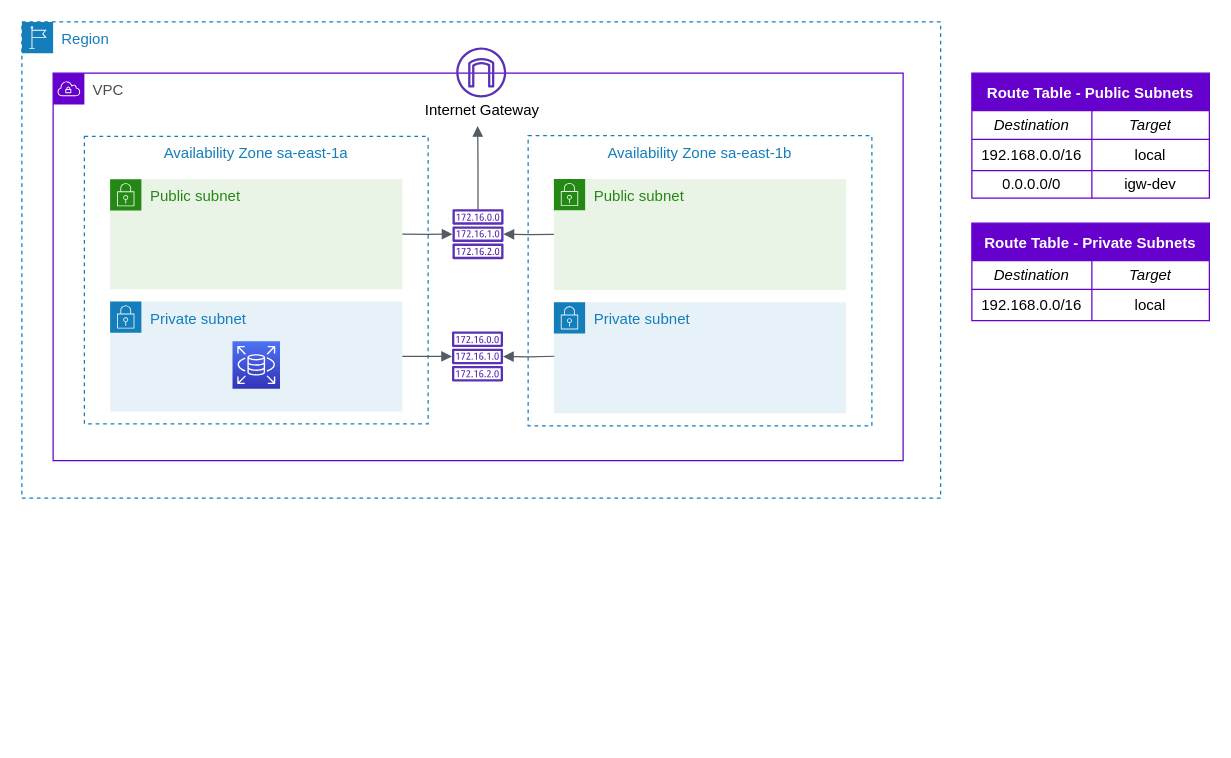
Before: c4/aws-dev-diagram.drawio in ThiagoPanini/nbaflow, a draw.io diagram. Source tidied: cells renumbered, new cells numbered last; positions are measured from the earlier drawing's top-left corner, leaving out a move shared by most shapes. Both pictures are drawn from the tidied source at 125%, with x=0, y=0 at pixel (21, 21). Pictures stored in the file or linked from it are replaced by grey dashed boxes.
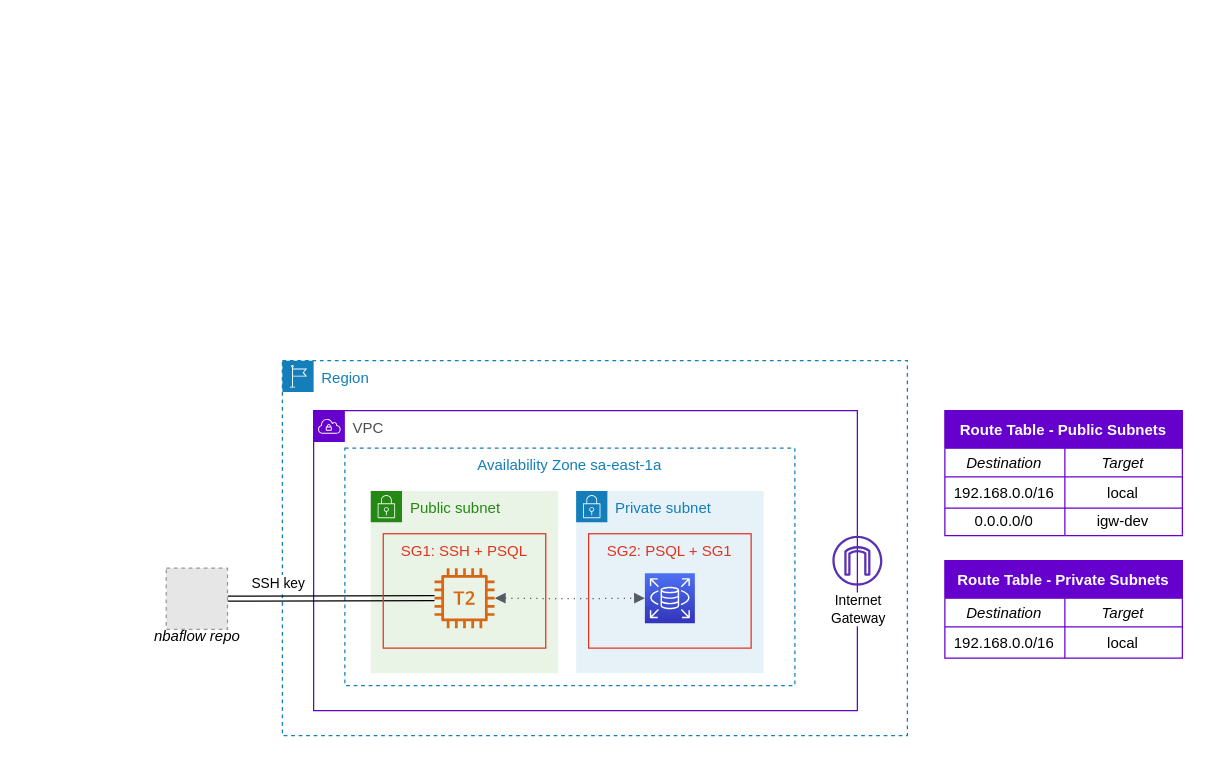
After the change.

Commit message (it also covers changes not shown here):
Desenho de diagrama da primeira versão da solução na AWS

Change to the diagram source:
```diff
@@
-    <mxCell id="2" value="Region" style="gradientColor=none;html=1;whiteSpace=wrap;fontSize=12;fontStyle=0;shape=mxgraph.aws4.group;grIcon=mxgraph.aws4.group_region;strokeColor=#147EBA;fillColor=none;verticalAlign=top;align=left;spacingLeft=30;fontColor=#147EBA;dashed=1;" parent="1" vertex="1">
-      <mxGeometry width="735" height="381" as="geometry" />
-    </mxCell>
-    <mxCell id="3" value="VPC" style="gradientColor=none;html=1;whiteSpace=wrap;fontSize=12;fontStyle=0;shape=mxgraph.aws4.group;grIcon=mxgraph.aws4.group_vpc;fillColor=none;verticalAlign=top;align=left;spacingLeft=30;dashed=0;strokeColor=#6600CC;fontColor=#4D4D4D;" parent="1" vertex="1">
-      <mxGeometry x="25" y="41" width="680" height="310" as="geometry" />
-    </mxCell>
-    <mxCell id="4" style="group;" parent="1" vertex="1">
-      <mxGeometry x="415" y="80.5" width="275" height="240.5" as="geometry" />
-    </mxCell>
-    <mxCell id="5" value="Availability Zone sa-east-1b" style="fillColor=none;strokeColor=#147EBA;dashed=1;verticalAlign=top;fontStyle=0;fontColor=#147EBA;" parent="4" vertex="1">
-      <mxGeometry x="-10" y="10.5" width="275" height="232.1" as="geometry" />
-    </mxCell>
-    <mxCell id="6" value="Private subnet" style="gradientColor=none;html=1;whiteSpace=wrap;fontSize=12;fontStyle=0;shape=mxgraph.aws4.group;grIcon=mxgraph.aws4.group_security_group;grStroke=0;strokeColor=#147EBA;fillColor=#E6F2F8;verticalAlign=top;align=left;spacingLeft=30;fontColor=#147EBA;dashed=0;" parent="4" vertex="1">
-      <mxGeometry x="10.6" y="143.8" width="233.8" height="88.9" as="geometry" />
-    </mxCell>
-    <mxCell id="7" value="Public subnet" style="points=[[0,0],[0.25,0],[0.5,0],[0.75,0],[1,0],[1,0.25],[1,0.5],[1,0.75],[1,1],[0.75,1],[0.5,1],[0.25,1],[0,1],[0,0.75],[0,0.5],[0,0.25]];outlineConnect=0;gradientColor=none;html=1;whiteSpace=wrap;fontSize=12;fontStyle=0;shape=mxgraph.aws4.group;grIcon=mxgraph.aws4.group_security_group;grStroke=0;strokeColor=#248814;fillColor=#E9F3E6;verticalAlign=top;align=left;spacingLeft=30;fontColor=#248814;dashed=0;" parent="4" vertex="1">
-      <mxGeometry x="10.6" y="45.1" width="233.8" height="88.9" as="geometry" />
-    </mxCell>
-    <mxCell id="8" style="group;" parent="1" vertex="1">
-      <mxGeometry x="50" y="91.5" width="275" height="230" as="geometry" />
-    </mxCell>
-    <mxCell id="9" value="Availability Zone sa-east-1a" style="fillColor=none;strokeColor=#147EBA;dashed=1;verticalAlign=top;fontStyle=0;fontColor=#147EBA;" parent="8" vertex="1">
-      <mxGeometry width="275" height="230" as="geometry" />
-    </mxCell>
-    <mxCell id="10" value="Private subnet" style="points=[[0,0],[0.25,0],[0.5,0],[0.75,0],[1,0],[1,0.25],[1,0.5],[1,0.75],[1,1],[0.75,1],[0.5,1],[0.25,1],[0,1],[0,0.75],[0,0.5],[0,0.25]];outlineConnect=0;gradientColor=none;html=1;whiteSpace=wrap;fontSize=12;fontStyle=0;shape=mxgraph.aws4.group;grIcon=mxgraph.aws4.group_security_group;grStroke=0;strokeColor=#147EBA;fillColor=#E6F2F8;verticalAlign=top;align=left;spacingLeft=30;fontColor=#147EBA;dashed=0;" parent="8" vertex="1">
-      <mxGeometry x="20.6" y="132.1" width="233.8" height="88.1" as="geometry" />
-    </mxCell>
-    <mxCell id="11" value="Public subnet" style="points=[[0,0],[0.25,0],[0.5,0],[0.75,0],[1,0],[1,0.25],[1,0.5],[1,0.75],[1,1],[0.75,1],[0.5,1],[0.25,1],[0,1],[0,0.75],[0,0.5],[0,0.25]];outlineConnect=0;gradientColor=none;html=1;whiteSpace=wrap;fontSize=12;fontStyle=0;shape=mxgraph.aws4.group;grIcon=mxgraph.aws4.group_security_group;grStroke=0;strokeColor=#248814;fillColor=#E9F3E6;verticalAlign=top;align=left;spacingLeft=30;fontColor=#248814;dashed=0;" parent="8" vertex="1">
-      <mxGeometry x="20.6" y="34.3" width="233.8" height="88.1" as="geometry" />
-    </mxCell>
-    <mxCell id="12" style="fontColor=#232F3E;gradientColor=#4D72F3;gradientDirection=north;fillColor=#3334B9;strokeColor=#ffffff;dashed=0;verticalLabelPosition=bottom;verticalAlign=top;align=center;html=1;fontSize=12;fontStyle=0;shape=mxgraph.aws4.resourceIcon;resIcon=mxgraph.aws4.rds;" parent="8" vertex="1">
-      <mxGeometry x="118.5" y="164" width="38" height="38" as="geometry" />
-    </mxCell>
-    <mxCell id="13" style="fontColor=#232F3E;gradientColor=none;fillColor=#5A30B5;strokeColor=none;dashed=0;verticalLabelPosition=bottom;verticalAlign=top;align=center;html=1;fontSize=12;fontStyle=0;shape=mxgraph.aws4.internet_gateway;" parent="1" vertex="1">
-      <mxGeometry x="347.5" y="20.5" width="40" height="40" as="geometry" />
-    </mxCell>
     <mxCell id="14" value="Route Table - Public Subnets" style="shape=table;startSize=30;childLayout=tableLayout;fontStyle=1;align=center;strokeColor=#6600CC;fontColor=#FFFFFF;fillColor=#6600CC;" parent="1" vertex="1">
-      <mxGeometry x="760" y="41" width="190" height="100" as="geometry" />
+      <mxGeometry x="738.4" y="311" width="190" height="100" as="geometry" />
     </mxCell>
-    <mxCell id="15" style="shape=partialRectangle;html=1;whiteSpace=wrap;fillColor=none;top=0;left=0;bottom=0;right=0;" parent="14" vertex="1">
-      <mxGeometry y="30" width="190" height="23" as="geometry" />
-    </mxCell>
-    <mxCell id="16" value="&lt;i&gt;Destination&lt;/i&gt;" style="shape=partialRectangle;html=1;whiteSpace=wrap;fillColor=none;top=0;left=0;bottom=0;right=0;overflow=hidden;" parent="15" vertex="1">
-      <mxGeometry width="96" height="23" as="geometry" />
-    </mxCell>
-    <mxCell id="17" value="&lt;i&gt;Target&lt;/i&gt;" style="shape=partialRectangle;html=1;whiteSpace=wrap;fillColor=none;top=0;left=0;bottom=0;right=0;overflow=hidden;" parent="15" vertex="1">
-      <mxGeometry x="96" width="94" height="23" as="geometry" />
-    </mxCell>
-    <mxCell id="18" style="shape=partialRectangle;html=1;whiteSpace=wrap;fillColor=none;top=0;left=0;bottom=0;right=0;" parent="14" vertex="1">
-      <mxGeometry y="53" width="190" height="25" as="geometry" />
-    </mxCell>
-    <mxCell id="19" value="192.168.0.0/16" style="shape=partialRectangle;html=1;whiteSpace=wrap;fillColor=none;top=0;left=0;bottom=0;right=0;overflow=hidden;" parent="18" vertex="1">
-      <mxGeometry width="96" height="25" as="geometry" />
-    </mxCell>
-    <mxCell id="20" value="local" style="shape=partialRectangle;html=1;whiteSpace=wrap;fillColor=none;top=0;left=0;bottom=0;right=0;overflow=hidden;" parent="18" vertex="1">
-      <mxGeometry x="96" width="94" height="25" as="geometry" />
-    </mxCell>
+    <mxCell id="39" style="shape=partialRectangle;html=1;whiteSpace=wrap;fillColor=none;top=0;left=0;bottom=0;right=0;" parent="14" vertex="1">
+      <mxGeometry y="30" width="190" height="23" as="geometry" />
+    </mxCell>
+    <mxCell id="40" value="&lt;i&gt;Destination&lt;/i&gt;" style="shape=partialRectangle;html=1;whiteSpace=wrap;fillColor=none;top=0;left=0;bottom=0;right=0;overflow=hidden;" parent="39" vertex="1">
+      <mxGeometry width="96" height="23" as="geometry" />
+    </mxCell>
+    <mxCell id="41" value="&lt;i&gt;Target&lt;/i&gt;" style="shape=partialRectangle;html=1;whiteSpace=wrap;fillColor=none;top=0;left=0;bottom=0;right=0;overflow=hidden;" parent="39" vertex="1">
+      <mxGeometry x="96" width="94" height="23" as="geometry" />
+    </mxCell>
+    <mxCell id="42" style="shape=partialRectangle;html=1;whiteSpace=wrap;fillColor=none;top=0;left=0;bottom=0;right=0;" parent="14" vertex="1">
+      <mxGeometry y="53" width="190" height="25" as="geometry" />
+    </mxCell>
+    <mxCell id="43" value="192.168.0.0/16" style="shape=partialRectangle;html=1;whiteSpace=wrap;fillColor=none;top=0;left=0;bottom=0;right=0;overflow=hidden;" parent="42" vertex="1">
+      <mxGeometry width="96" height="25" as="geometry" />
+    </mxCell>
+    <mxCell id="44" value="local" style="shape=partialRectangle;html=1;whiteSpace=wrap;fillColor=none;top=0;left=0;bottom=0;right=0;overflow=hidden;" parent="42" vertex="1">
+      <mxGeometry x="96" width="94" height="25" as="geometry" />
+    </mxCell>
@@
     <mxCell id="24" value="Route Table - Private Subnets" style="shape=table;startSize=30;childLayout=tableLayout;fontStyle=1;align=center;strokeColor=#6600CC;fontColor=#FFFFFF;fillColor=#6600CC;" parent="1" vertex="1">
-      <mxGeometry x="760" y="161" width="190" height="78" as="geometry" />
+      <mxGeometry x="738.4" y="431" width="190" height="78" as="geometry" />
     </mxCell>
-    <mxCell id="25" style="shape=partialRectangle;html=1;whiteSpace=wrap;fillColor=none;top=0;left=0;bottom=0;right=0;" parent="24" vertex="1">
-      <mxGeometry y="30" width="190" height="23" as="geometry" />
-    </mxCell>
-    <mxCell id="26" value="&lt;i&gt;Destination&lt;/i&gt;" style="shape=partialRectangle;html=1;whiteSpace=wrap;fillColor=none;top=0;left=0;bottom=0;right=0;overflow=hidden;" parent="25" vertex="1">
-      <mxGeometry width="96" height="23" as="geometry" />
-    </mxCell>
-    <mxCell id="27" value="&lt;i&gt;Target&lt;/i&gt;" style="shape=partialRectangle;html=1;whiteSpace=wrap;fillColor=none;top=0;left=0;bottom=0;right=0;overflow=hidden;" parent="25" vertex="1">
-      <mxGeometry x="96" width="94" height="23" as="geometry" />
-    </mxCell>
-    <mxCell id="28" style="shape=partialRectangle;html=1;whiteSpace=wrap;fillColor=none;top=0;left=0;bottom=0;right=0;" parent="24" vertex="1">
-      <mxGeometry y="53" width="190" height="25" as="geometry" />
-    </mxCell>
-    <mxCell id="29" value="192.168.0.0/16" style="shape=partialRectangle;html=1;whiteSpace=wrap;fillColor=none;top=0;left=0;bottom=0;right=0;overflow=hidden;" parent="28" vertex="1">
-      <mxGeometry width="96" height="25" as="geometry" />
-    </mxCell>
-    <mxCell id="30" value="local" style="shape=partialRectangle;html=1;whiteSpace=wrap;fillColor=none;top=0;left=0;bottom=0;right=0;overflow=hidden;" parent="28" vertex="1">
-      <mxGeometry x="96" width="94" height="25" as="geometry" />
-    </mxCell>
-    <mxCell id="31" style="outlineConnect=0;fontColor=#232F3E;gradientColor=none;fillColor=#5A30B5;strokeColor=none;dashed=0;verticalLabelPosition=bottom;verticalAlign=top;align=center;html=1;fontSize=12;fontStyle=0;shape=mxgraph.aws4.route_table;" parent="1" vertex="1">
-      <mxGeometry x="344.4" y="149.8" width="41" height="40" as="geometry" />
-    </mxCell>
-    <mxCell id="32" style="edgeStyle=orthogonalEdgeStyle;html=1;endArrow=block;elbow=vertical;startArrow=none;endFill=1;strokeColor=#545B64;rounded=0;exitX=1;exitY=0.5;exitDx=0;exitDy=0;" parent="1" edge="1" source="11" target="31">
-      <mxGeometry relative="1" as="geometry" />
-    </mxCell>
-    <mxCell id="33" style="edgeStyle=orthogonalEdgeStyle;html=1;endArrow=block;elbow=vertical;startArrow=none;endFill=1;strokeColor=#545B64;rounded=0;exitX=0;exitY=0.5;exitDx=0;exitDy=0;" parent="1" edge="1" source="7" target="31">
-      <mxGeometry relative="1" as="geometry" />
-    </mxCell>
-    <mxCell id="34" style="outlineConnect=0;fontColor=#232F3E;gradientColor=none;fillColor=#5A30B5;strokeColor=none;dashed=0;verticalLabelPosition=bottom;verticalAlign=top;align=center;html=1;fontSize=12;fontStyle=0;shape=mxgraph.aws4.route_table;" parent="1" vertex="1">
-      <mxGeometry x="344" y="247.7" width="41" height="40" as="geometry" />
-    </mxCell>
-    <mxCell id="35" style="edgeStyle=orthogonalEdgeStyle;html=1;endArrow=block;elbow=vertical;startArrow=none;endFill=1;strokeColor=#545B64;rounded=0;exitX=1;exitY=0.5;exitDx=0;exitDy=0;" parent="1" edge="1" source="10" target="34">
-      <mxGeometry relative="1" as="geometry" />
-    </mxCell>
-    <mxCell id="36" style="edgeStyle=orthogonalEdgeStyle;html=1;endArrow=block;elbow=vertical;startArrow=none;endFill=1;strokeColor=#545B64;rounded=0;" parent="1" edge="1" target="34">
-      <mxGeometry relative="1" as="geometry">
-        <mxPoint x="426" y="267.5" as="sourcePoint" />
-      </mxGeometry>
-    </mxCell>
-    <mxCell id="37" style="edgeStyle=orthogonalEdgeStyle;html=1;endArrow=block;elbow=vertical;startArrow=none;endFill=1;strokeColor=#545B64;rounded=0;entryX=0.474;entryY=1.142;entryDx=0;entryDy=0;entryPerimeter=0;" parent="1" edge="1" source="31" target="38">
-      <mxGeometry relative="1" as="geometry" />
-    </mxCell>
+    <mxCell id="45" style="shape=partialRectangle;html=1;whiteSpace=wrap;fillColor=none;top=0;left=0;bottom=0;right=0;" parent="24" vertex="1">
+      <mxGeometry y="30" width="190" height="23" as="geometry" />
+    </mxCell>
+    <mxCell id="46" value="&lt;i&gt;Destination&lt;/i&gt;" style="shape=partialRectangle;html=1;whiteSpace=wrap;fillColor=none;top=0;left=0;bottom=0;right=0;overflow=hidden;" parent="45" vertex="1">
+      <mxGeometry width="96" height="23" as="geometry" />
+    </mxCell>
+    <mxCell id="47" value="&lt;i&gt;Target&lt;/i&gt;" style="shape=partialRectangle;html=1;whiteSpace=wrap;fillColor=none;top=0;left=0;bottom=0;right=0;overflow=hidden;" parent="45" vertex="1">
+      <mxGeometry x="96" width="94" height="23" as="geometry" />
+    </mxCell>
+    <mxCell id="48" style="shape=partialRectangle;html=1;whiteSpace=wrap;fillColor=none;top=0;left=0;bottom=0;right=0;" parent="24" vertex="1">
+      <mxGeometry y="53" width="190" height="25" as="geometry" />
+    </mxCell>
+    <mxCell id="49" value="192.168.0.0/16" style="shape=partialRectangle;html=1;whiteSpace=wrap;fillColor=none;top=0;left=0;bottom=0;right=0;overflow=hidden;" parent="48" vertex="1">
+      <mxGeometry width="96" height="25" as="geometry" />
+    </mxCell>
+    <mxCell id="50" value="local" style="shape=partialRectangle;html=1;whiteSpace=wrap;fillColor=none;top=0;left=0;bottom=0;right=0;overflow=hidden;" parent="48" vertex="1">
+      <mxGeometry x="96" width="94" height="25" as="geometry" />
+    </mxCell>
+    <mxCell id="2" value="Region" style="gradientColor=none;html=1;whiteSpace=wrap;fontSize=12;fontStyle=0;shape=mxgraph.aws4.group;grIcon=mxgraph.aws4.group_region;strokeColor=#147EBA;fillColor=none;verticalAlign=top;align=left;spacingLeft=30;fontColor=#147EBA;dashed=1;" parent="1" vertex="1">
+      <mxGeometry x="208.4" y="271" width="500" height="300" as="geometry" />
+    </mxCell>
+    <mxCell id="3" value="VPC" style="gradientColor=none;html=1;whiteSpace=wrap;fontSize=12;fontStyle=0;shape=mxgraph.aws4.group;grIcon=mxgraph.aws4.group_vpc;fillColor=none;verticalAlign=top;align=left;spacingLeft=30;dashed=0;strokeColor=#6600CC;fontColor=#4D4D4D;" parent="1" vertex="1">
+      <mxGeometry x="233.4" y="311" width="435" height="240" as="geometry" />
+    </mxCell>
+    <mxCell id="9" value="Availability Zone sa-east-1a" style="fillColor=none;strokeColor=#147EBA;dashed=1;verticalAlign=top;fontStyle=0;fontColor=#147EBA;" parent="1" vertex="1">
+      <mxGeometry x="258.4" y="341" width="360" height="190" as="geometry" />
+    </mxCell>
+    <mxCell id="51" value="Private subnet" style="gradientColor=none;html=1;whiteSpace=wrap;fontSize=12;fontStyle=0;shape=mxgraph.aws4.group;grIcon=mxgraph.aws4.group_security_group;grStroke=0;strokeColor=#147EBA;fillColor=#E6F2F8;verticalAlign=top;align=left;spacingLeft=30;fontColor=#147EBA;dashed=0;" parent="1" vertex="1">
+      <mxGeometry x="443.4" y="375.3" width="150" height="145.7" as="geometry" />
+    </mxCell>
+    <mxCell id="52" value="Public subnet" style="gradientColor=none;html=1;whiteSpace=wrap;fontSize=12;fontStyle=0;shape=mxgraph.aws4.group;grIcon=mxgraph.aws4.group_security_group;grStroke=0;strokeColor=#248814;fillColor=#E9F3E6;verticalAlign=top;align=left;spacingLeft=30;fontColor=#248814;dashed=0;" parent="1" vertex="1">
+      <mxGeometry x="279.1" y="375.3" width="150" height="145.7" as="geometry" />
+    </mxCell>
+    <mxCell id="53" style="rounded=0;jettySize=auto;html=1;shape=link;" parent="1" edge="1" source="62" target="58">
+      <mxGeometry relative="1" as="geometry" />
+    </mxCell>
+    <mxCell id="54" value="SSH key" style="edgeLabel;html=1;align=center;verticalAlign=middle;" parent="53" vertex="1">
+      <mxGeometry x="-0.08" y="-11" relative="1" as="geometry">
+        <mxPoint x="-36" y="-24" as="offset" />
+      </mxGeometry>
+    </mxCell>
+    <mxCell id="55" value="SG1: SSH + PSQL" style="fillColor=none;strokeColor=#DD3522;verticalAlign=top;fontStyle=0;fontColor=#DD3522;fontSize=12;" parent="1" vertex="1">
+      <mxGeometry x="289.1" y="409.5" width="130" height="91.5" as="geometry" />
+    </mxCell>
+    <mxCell id="56" value="SG2: PSQL + SG1" style="fillColor=none;strokeColor=#DD3522;verticalAlign=top;fontStyle=0;fontColor=#DD3522;fontSize=12;" parent="1" vertex="1">
+      <mxGeometry x="453.4" y="409.5" width="130" height="91.5" as="geometry" />
+    </mxCell>
+    <mxCell id="57" style="points=[[0,0,0],[0.25,0,0],[0.5,0,0],[0.75,0,0],[1,0,0],[0,1,0],[0.25,1,0],[0.5,1,0],[0.75,1,0],[1,1,0],[0,0.25,0],[0,0.5,0],[0,0.75,0],[1,0.25,0],[1,0.5,0],[1,0.75,0]];outlineConnect=0;fontColor=#232F3E;gradientColor=#4D72F3;gradientDirection=north;fillColor=#3334B9;strokeColor=#ffffff;dashed=0;verticalLabelPosition=bottom;verticalAlign=top;align=center;html=1;fontSize=12;fontStyle=0;shape=mxgraph.aws4.resourceIcon;resIcon=mxgraph.aws4.rds;" parent="1" vertex="1">
+      <mxGeometry x="498.4" y="441" width="40" height="40" as="geometry" />
+    </mxCell>
+    <mxCell id="58" style="outlineConnect=0;fontColor=#232F3E;gradientColor=none;fillColor=#D86613;strokeColor=none;dashed=0;verticalLabelPosition=bottom;verticalAlign=top;align=center;html=1;fontSize=12;fontStyle=0;shape=mxgraph.aws4.t2_instance;" parent="1" vertex="1">
+      <mxGeometry x="330.1" y="437" width="48" height="48" as="geometry" />
+    </mxCell>
+    <mxCell id="59" style="fontColor=#232F3E;gradientColor=none;fillColor=#5A30B5;strokeColor=none;dashed=0;verticalLabelPosition=bottom;verticalAlign=top;align=center;html=1;fontSize=12;fontStyle=0;shape=mxgraph.aws4.internet_gateway;" parent="1" vertex="1">
+      <mxGeometry x="648.4" y="411" width="40" height="40" as="geometry" />
+    </mxCell>
-    <mxCell id="38" value="Internet Gateway" style="text;html=1;align=center;verticalAlign=middle;points=[];strokeColor=none;" parent="1" vertex="1">
-      <mxGeometry x="312.5" y="60.5" width="110" height="20" as="geometry" />
+    <mxCell id="38" value="Internet&lt;br&gt;Gateway" style="edgeLabel;html=1;align=center;verticalAlign=middle;points=[];" parent="1" vertex="1">
+      <mxGeometry x="668.4" y="469" as="geometry" />
     </mxCell>
+    <mxCell id="60" style="edgeStyle=orthogonalEdgeStyle;html=1;endArrow=block;elbow=vertical;startArrow=block;endFill=1;strokeColor=#545B64;rounded=0;dashed=1;dashPattern=1 4;fontSize=12;entryX=0;entryY=0.5;entryDx=0;entryDy=0;entryPerimeter=0;startFill=1;" parent="1" edge="1" target="57">
+      <mxGeometry relative="1" as="geometry">
+        <mxPoint x="378.4" y="461" as="sourcePoint" />
+      </mxGeometry>
+    </mxCell>
+    <mxCell id="61" style="group;" parent="1" vertex="1">
+      <mxGeometry x="100" y="437" width="80" height="65" as="geometry" />
+    </mxCell>
+    <mxCell id="62" style="fillColor=#E6E6E6;strokeColor=#999999;dashed=1;html=1;verticalAlign=top;verticalLabelPosition=bottom;labelBackgroundColor=#ffffff;" parent="61" vertex="1">
+      <mxGeometry x="15.5" width="49" height="49" as="geometry" />
+    </mxCell>
+    <mxCell id="63" value="&lt;i&gt;nbaflow repo&lt;/i&gt;" style="text;html=1;align=center;verticalAlign=middle;strokeColor=none;labelBorderColor=none;" parent="61" vertex="1">
+      <mxGeometry y="45" width="80" height="20" as="geometry" />
+    </mxCell>
```
